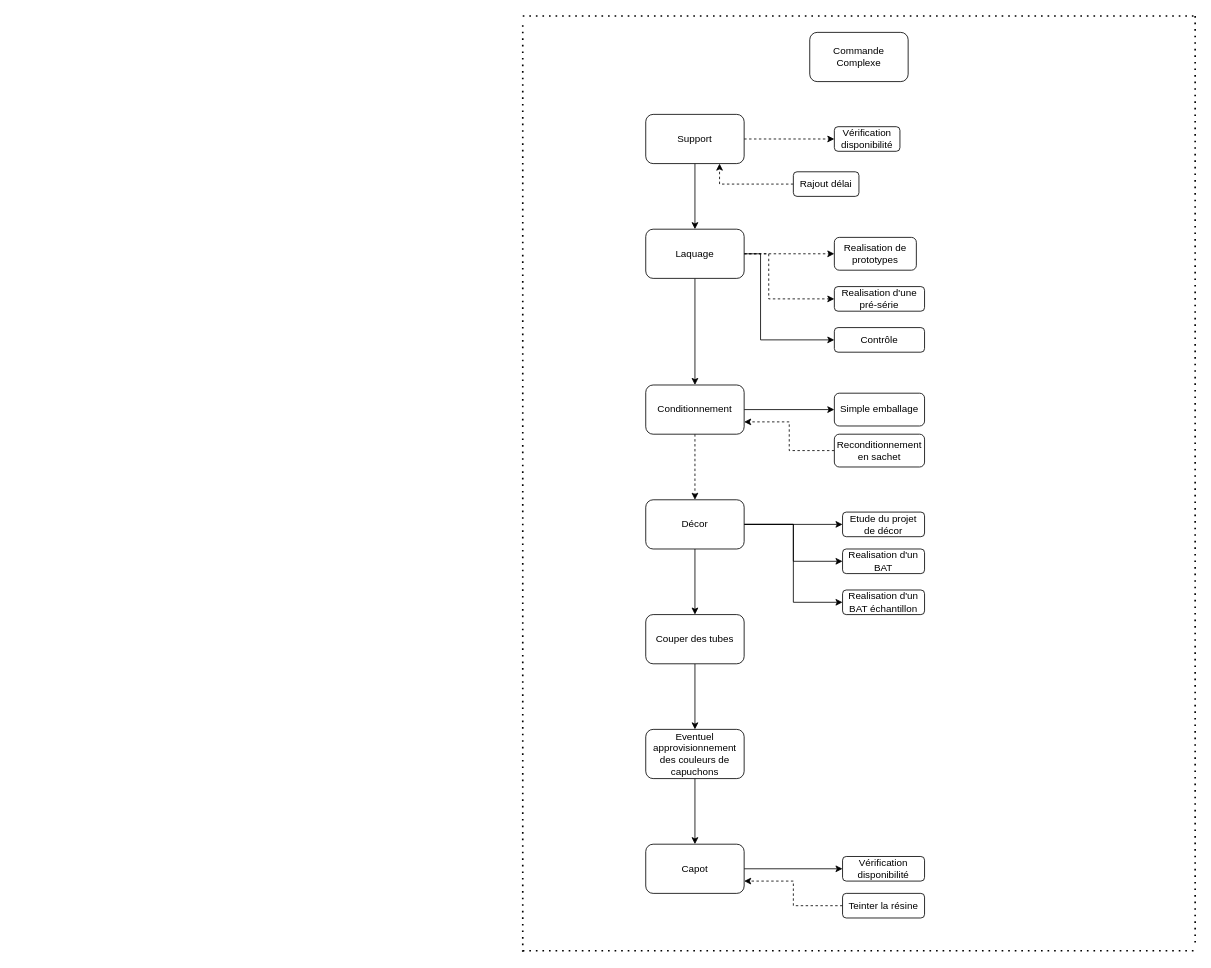
The draw.io diagram src/td2_oib.drawio in adamspd/outils-ingenierie, before the edit. Source tidied: cells renumbered, new cells numbered last; positions are measured from the earlier drawing's top-left corner, leaving out a move shared by most shapes. Both pictures are drawn from the tidied source at 82%, with x=0, y=0 at pixel (522, 15).
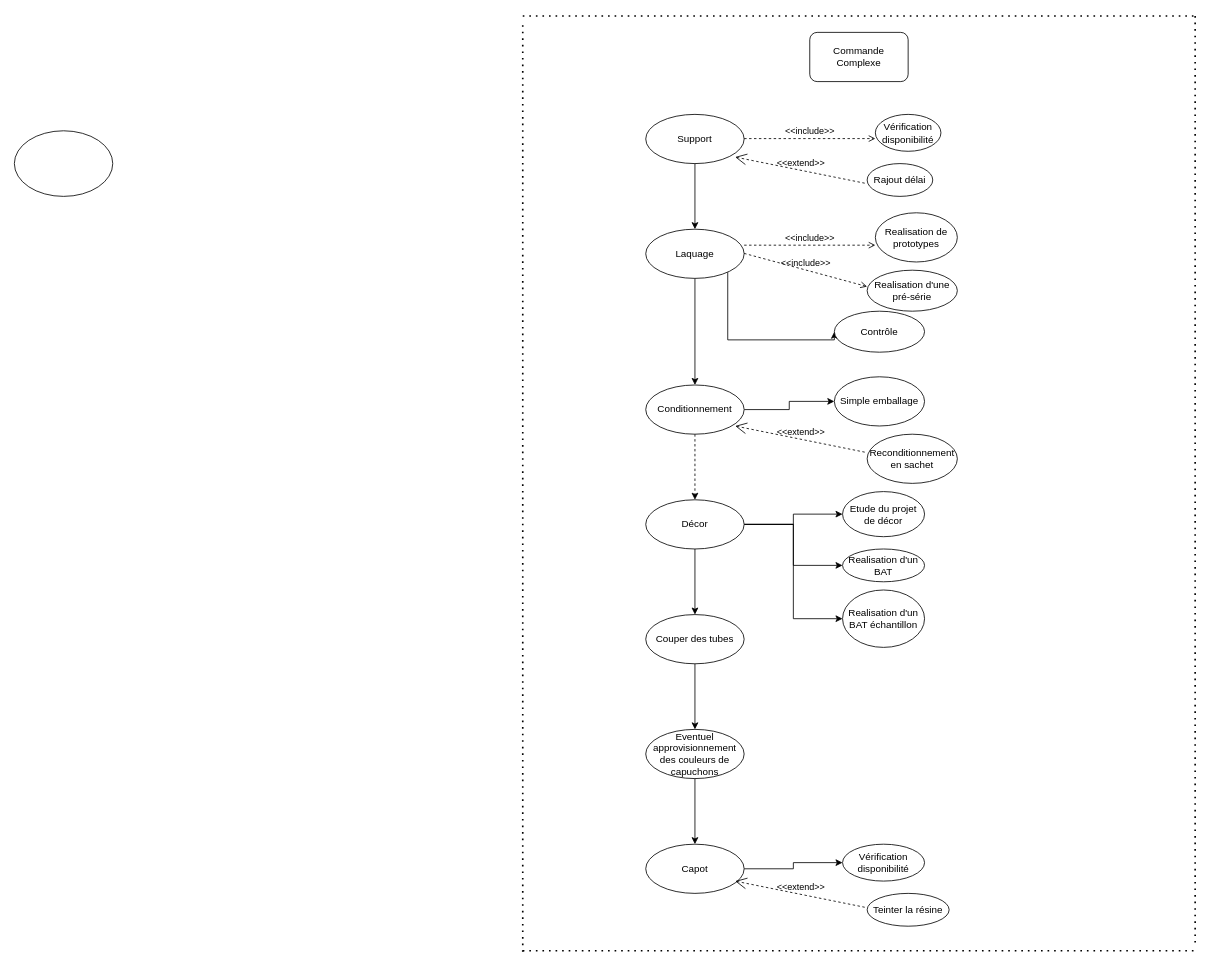
The same page after the edit.

What changed in the source:
```diff
@@
-    <mxCell id="3" style="edgeStyle=orthogonalEdgeStyle;rounded=0;jettySize=auto;html=1;dashed=1;" parent="1" edge="1" source="5" target="6">
-      <mxGeometry relative="1" as="geometry" />
-    </mxCell>
@@
-    <mxCell id="5" value="Support" style="rounded=1;whiteSpace=wrap;html=1;" parent="1" vertex="1">
+    <mxCell id="5" value="Support" style="ellipse;rounded=1;whiteSpace=wrap;html=1;" parent="1" vertex="1">
       <mxGeometry x="150" y="121" width="120" height="60" as="geometry" />
     </mxCell>
-    <mxCell id="6" value="Vérification disponibilité" style="whiteSpace=wrap;html=1;rounded=1;" parent="1" vertex="1">
-      <mxGeometry x="380" y="136" width="80" height="30" as="geometry" />
+    <mxCell id="6" value="Vérification disponibilité" style="ellipse;whiteSpace=wrap;html=1;rounded=1;" parent="1" vertex="1">
+      <mxGeometry x="430" y="121" width="80" height="45" as="geometry" />
     </mxCell>
@@
-    <mxCell id="8" style="edgeStyle=orthogonalEdgeStyle;rounded=0;jettySize=auto;html=1;dashed=1;" parent="1" edge="1" source="11" target="15">
-      <mxGeometry relative="1" as="geometry" />
-    </mxCell>
-    <mxCell id="9" style="edgeStyle=orthogonalEdgeStyle;rounded=0;jettySize=auto;html=1;exitX=1;exitY=0.5;exitDx=0;exitDy=0;entryX=0;entryY=0.5;entryDx=0;entryDy=0;dashed=1;" parent="1" edge="1" source="11" target="16">
-      <mxGeometry relative="1" as="geometry">
-        <Array as="points">
-          <mxPoint x="300" y="291" />
-          <mxPoint x="300" y="346" />
-        </Array>
-      </mxGeometry>
-    </mxCell>
     <mxCell id="10" style="edgeStyle=orthogonalEdgeStyle;rounded=0;jettySize=auto;html=1;entryX=0;entryY=0.5;entryDx=0;entryDy=0;" parent="1" edge="1" source="11" target="17">
       <mxGeometry relative="1" as="geometry">
         <Array as="points">
-          <mxPoint x="290" y="291" />
-          <mxPoint x="290" y="396" />
+          <mxPoint x="250" y="396" />
         </Array>
       </mxGeometry>
     </mxCell>
-    <mxCell id="11" value="Laquage" style="whiteSpace=wrap;html=1;rounded=1;" parent="1" vertex="1">
+    <mxCell id="11" value="Laquage" style="ellipse;whiteSpace=wrap;html=1;rounded=1;" parent="1" vertex="1">
       <mxGeometry x="150" y="261" width="120" height="60" as="geometry" />
     </mxCell>
@@
-    <mxCell id="14" value="Conditionnement" style="whiteSpace=wrap;html=1;rounded=1;" parent="1" vertex="1">
+    <mxCell id="14" value="Conditionnement" style="ellipse;whiteSpace=wrap;html=1;rounded=1;" parent="1" vertex="1">
       <mxGeometry x="150" y="451" width="120" height="60" as="geometry" />
     </mxCell>
-    <mxCell id="15" value="Realisation de prototypes" style="whiteSpace=wrap;html=1;rounded=1;" parent="1" vertex="1">
-      <mxGeometry x="380" y="271" width="100" height="40" as="geometry" />
+    <mxCell id="15" value="Realisation de prototypes" style="ellipse;whiteSpace=wrap;html=1;rounded=1;" parent="1" vertex="1">
+      <mxGeometry x="430" y="241" width="100" height="60" as="geometry" />
     </mxCell>
-    <mxCell id="16" value="Realisation d'une pré-série" style="whiteSpace=wrap;html=1;rounded=1;" parent="1" vertex="1">
-      <mxGeometry x="380" y="331" width="110" height="30" as="geometry" />
+    <mxCell id="16" value="Realisation d'une pré-série" style="ellipse;ellipse;whiteSpace=wrap;html=1;rounded=1;" parent="1" vertex="1">
+      <mxGeometry x="420" y="311" width="110" height="50" as="geometry" />
     </mxCell>
-    <mxCell id="17" value="Contrôle" style="whiteSpace=wrap;html=1;rounded=1;" parent="1" vertex="1">
-      <mxGeometry x="380" y="381" width="110" height="30" as="geometry" />
+    <mxCell id="17" value="Contrôle" style="ellipse;whiteSpace=wrap;html=1;rounded=1;" parent="1" vertex="1">
+      <mxGeometry x="380" y="361" width="110" height="50" as="geometry" />
     </mxCell>
-    <mxCell id="18" style="edgeStyle=orthogonalEdgeStyle;rounded=0;jettySize=auto;html=1;entryX=0.75;entryY=1;entryDx=0;entryDy=0;dashed=1;" parent="1" edge="1" source="19" target="5">
-      <mxGeometry relative="1" as="geometry" />
-    </mxCell>
-    <mxCell id="19" value="Rajout délai" style="whiteSpace=wrap;html=1;rounded=1;" parent="1" vertex="1">
-      <mxGeometry x="330" y="191" width="80" height="30" as="geometry" />
+    <mxCell id="19" value="Rajout délai" style="ellipse;whiteSpace=wrap;html=1;rounded=1;" parent="1" vertex="1">
+      <mxGeometry x="420" y="181" width="80" height="40" as="geometry" />
     </mxCell>
-    <mxCell id="20" value="Simple emballage" style="whiteSpace=wrap;html=1;rounded=1;" parent="1" vertex="1">
-      <mxGeometry x="380" y="461" width="110" height="40" as="geometry" />
+    <mxCell id="20" value="Simple emballage" style="ellipse;whiteSpace=wrap;html=1;rounded=1;" parent="1" vertex="1">
+      <mxGeometry x="380" y="441" width="110" height="60" as="geometry" />
     </mxCell>
-    <mxCell id="21" style="edgeStyle=orthogonalEdgeStyle;rounded=0;jettySize=auto;html=1;entryX=1;entryY=0.75;entryDx=0;entryDy=0;dashed=1;" parent="1" edge="1" source="22" target="14">
-      <mxGeometry relative="1" as="geometry" />
-    </mxCell>
-    <mxCell id="22" value="Reconditionnement en sachet" style="whiteSpace=wrap;html=1;rounded=1;" parent="1" vertex="1">
-      <mxGeometry x="380" y="511" width="110" height="40" as="geometry" />
+    <mxCell id="22" value="Reconditionnement en sachet" style="ellipse;whiteSpace=wrap;html=1;rounded=1;" parent="1" vertex="1">
+      <mxGeometry x="420" y="511" width="110" height="60" as="geometry" />
     </mxCell>
@@
-    <mxCell id="27" value="Décor" style="whiteSpace=wrap;html=1;rounded=1;" parent="1" vertex="1">
+    <mxCell id="27" value="Décor" style="ellipse;whiteSpace=wrap;html=1;rounded=1;" parent="1" vertex="1">
       <mxGeometry x="150" y="591" width="120" height="60" as="geometry" />
     </mxCell>
-    <mxCell id="28" value="Etude du projet de décor" style="whiteSpace=wrap;html=1;rounded=1;" parent="1" vertex="1">
-      <mxGeometry x="390" y="606" width="100" height="30" as="geometry" />
+    <mxCell id="28" value="Etude du projet de décor" style="ellipse;whiteSpace=wrap;html=1;rounded=1;" parent="1" vertex="1">
+      <mxGeometry x="390" y="581" width="100" height="55" as="geometry" />
     </mxCell>
-    <mxCell id="29" value="Realisation d'un BAT" style="whiteSpace=wrap;html=1;rounded=1;" parent="1" vertex="1">
-      <mxGeometry x="390" y="651" width="100" height="30" as="geometry" />
+    <mxCell id="29" value="Realisation d'un BAT" style="ellipse;whiteSpace=wrap;html=1;rounded=1;" parent="1" vertex="1">
+      <mxGeometry x="390" y="651" width="100" height="40" as="geometry" />
     </mxCell>
-    <mxCell id="30" value="Realisation d'un BAT échantillon" style="whiteSpace=wrap;html=1;rounded=1;" parent="1" vertex="1">
-      <mxGeometry x="390" y="701" width="100" height="30" as="geometry" />
+    <mxCell id="30" value="Realisation d'un BAT échantillon" style="ellipse;whiteSpace=wrap;html=1;rounded=1;" parent="1" vertex="1">
+      <mxGeometry x="390" y="701" width="100" height="70" as="geometry" />
     </mxCell>
@@
-    <mxCell id="32" value="Couper des tubes" style="whiteSpace=wrap;html=1;rounded=1;" parent="1" vertex="1">
+    <mxCell id="32" value="Couper des tubes" style="ellipse;whiteSpace=wrap;html=1;rounded=1;" parent="1" vertex="1">
       <mxGeometry x="150" y="731" width="120" height="60" as="geometry" />
     </mxCell>
@@
-    <mxCell id="34" value="Eventuel approvisionnement des couleurs de capuchons" style="whiteSpace=wrap;html=1;rounded=1;" parent="1" vertex="1">
+    <mxCell id="34" value="Eventuel approvisionnement des couleurs de capuchons" style="ellipse;whiteSpace=wrap;html=1;rounded=1;" parent="1" vertex="1">
       <mxGeometry x="150" y="871" width="120" height="60" as="geometry" />
     </mxCell>
@@
-    <mxCell id="36" value="Capot" style="whiteSpace=wrap;html=1;rounded=1;" parent="1" vertex="1">
+    <mxCell id="36" value="Capot" style="ellipse;whiteSpace=wrap;html=1;rounded=1;" parent="1" vertex="1">
       <mxGeometry x="150" y="1011" width="120" height="60" as="geometry" />
     </mxCell>
-    <mxCell id="37" value="Vérification disponibilité" style="whiteSpace=wrap;html=1;rounded=1;" parent="1" vertex="1">
-      <mxGeometry x="390" y="1026" width="100" height="30" as="geometry" />
+    <mxCell id="37" value="Vérification disponibilité" style="ellipse;whiteSpace=wrap;html=1;rounded=1;" parent="1" vertex="1">
+      <mxGeometry x="390" y="1011" width="100" height="45" as="geometry" />
     </mxCell>
-    <mxCell id="38" style="edgeStyle=orthogonalEdgeStyle;rounded=0;jettySize=auto;html=1;entryX=1;entryY=0.75;entryDx=0;entryDy=0;dashed=1;" parent="1" edge="1" source="39" target="36">
-      <mxGeometry relative="1" as="geometry" />
-    </mxCell>
-    <mxCell id="39" value="Teinter la résine" style="whiteSpace=wrap;html=1;rounded=1;" parent="1" vertex="1">
-      <mxGeometry x="390" y="1071" width="100" height="30" as="geometry" />
+    <mxCell id="39" value="Teinter la résine" style="ellipse;whiteSpace=wrap;html=1;rounded=1;" parent="1" vertex="1">
+      <mxGeometry x="420" y="1071" width="100" height="40" as="geometry" />
     </mxCell>
@@
+    <mxCell id="44" style="ellipse;whiteSpace=wrap;html=1;rounded=1;" parent="1" vertex="1">
+      <mxGeometry x="-620" y="141" width="120" height="80" as="geometry" />
+    </mxCell>
+    <mxCell id="45" value="&amp;lt;&amp;lt;include&amp;gt;&amp;gt;" style="edgeStyle=none;html=1;endArrow=open;verticalAlign=bottom;dashed=1;labelBackgroundColor=none;rounded=0;" parent="1" edge="1">
+      <mxGeometry relative="1" as="geometry">
+        <mxPoint x="270" y="150.5" as="sourcePoint" />
+        <mxPoint x="430" y="150.5" as="targetPoint" />
+      </mxGeometry>
+    </mxCell>
+    <mxCell id="46" value="&amp;lt;&amp;lt;extend&amp;gt;&amp;gt;" style="edgeStyle=none;html=1;startArrow=open;endArrow=none;startSize=12;verticalAlign=bottom;dashed=1;labelBackgroundColor=none;rounded=0;exitX=0.908;exitY=0.867;exitDx=0;exitDy=0;exitPerimeter=0;" parent="1" edge="1" source="5">
+      <mxGeometry relative="1" as="geometry">
+        <mxPoint x="420" y="205.5" as="targetPoint" />
+      </mxGeometry>
+    </mxCell>
+    <mxCell id="47" value="&amp;lt;&amp;lt;include&amp;gt;&amp;gt;" style="edgeStyle=none;html=1;endArrow=open;verticalAlign=bottom;dashed=1;labelBackgroundColor=none;rounded=0;" parent="1" edge="1">
+      <mxGeometry relative="1" as="geometry">
+        <mxPoint x="270" y="280.5" as="sourcePoint" />
+        <mxPoint x="430" y="280.5" as="targetPoint" />
+      </mxGeometry>
+    </mxCell>
+    <mxCell id="48" value="&amp;lt;&amp;lt;include&amp;gt;&amp;gt;" style="edgeStyle=none;html=1;endArrow=open;verticalAlign=bottom;dashed=1;labelBackgroundColor=none;rounded=0;" parent="1" edge="1">
+      <mxGeometry relative="1" as="geometry">
+        <mxPoint x="270" y="290.5" as="sourcePoint" />
+        <mxPoint x="420" y="331" as="targetPoint" />
+      </mxGeometry>
+    </mxCell>
+    <mxCell id="49" value="&amp;lt;&amp;lt;extend&amp;gt;&amp;gt;" style="edgeStyle=none;html=1;startArrow=open;endArrow=none;startSize=12;verticalAlign=bottom;dashed=1;labelBackgroundColor=none;rounded=0;exitX=0.908;exitY=0.867;exitDx=0;exitDy=0;exitPerimeter=0;" parent="1" edge="1">
+      <mxGeometry relative="1" as="geometry">
+        <mxPoint x="259" y="501" as="sourcePoint" />
+        <mxPoint x="420" y="533.5" as="targetPoint" />
+      </mxGeometry>
+    </mxCell>
+    <mxCell id="50" value="&amp;lt;&amp;lt;extend&amp;gt;&amp;gt;" style="edgeStyle=none;html=1;startArrow=open;endArrow=none;startSize=12;verticalAlign=bottom;dashed=1;labelBackgroundColor=none;rounded=0;exitX=0.908;exitY=0.867;exitDx=0;exitDy=0;exitPerimeter=0;" parent="1" edge="1">
+      <mxGeometry relative="1" as="geometry">
+        <mxPoint x="259" y="1056" as="sourcePoint" />
+        <mxPoint x="420" y="1088.5" as="targetPoint" />
+      </mxGeometry>
+    </mxCell>
```
